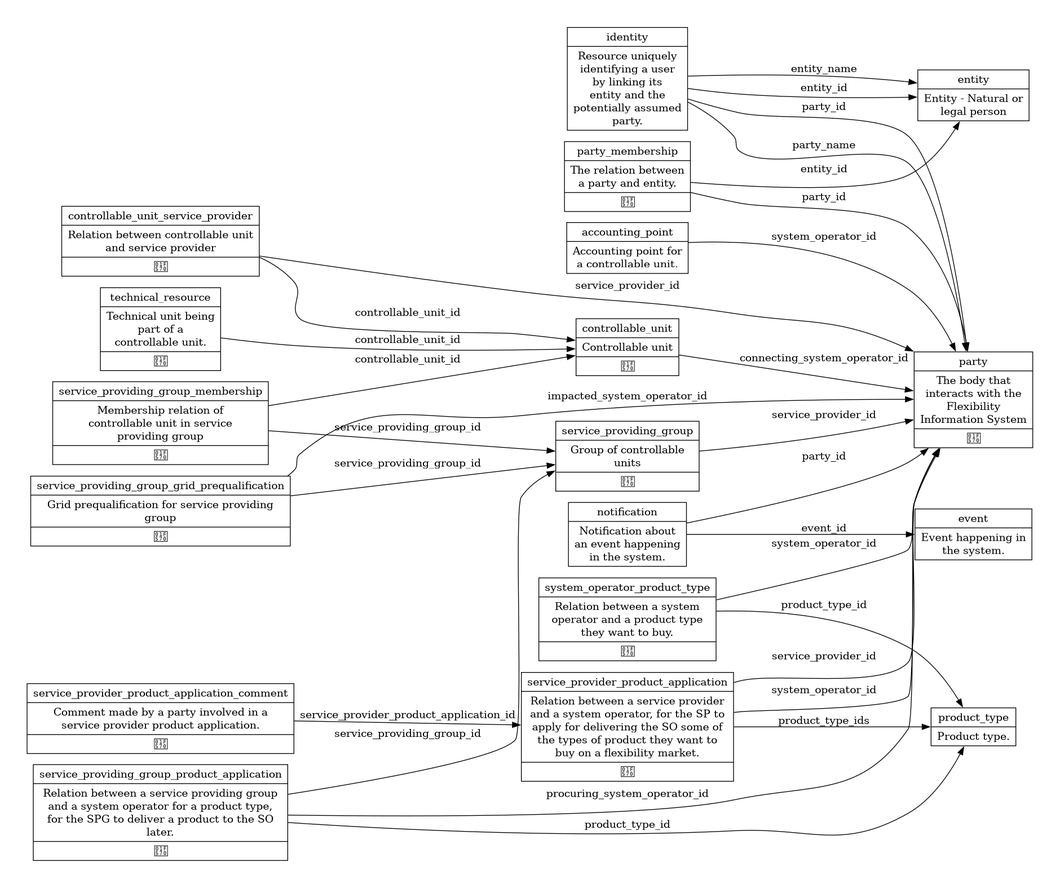
Earlier version of the PlantUML export docs/diagrams/resources.png (elhub/flex-information-system). Its source is kept beside it as docs/diagrams/resources.plantuml. Its diagram source:
```plantuml
@startdot resources
digraph flex {
    // Generated by local/scripts/resources_to_diagram.py
    graph [ rankdir=LR; pad=0.5; nodesep=0.2; ranksep=-1;]
    node [ shape=record; ]
    controllable_unit    [label="{controllable_unit}|{Controllable unit}|{🕰️}" shape=record style=solid]
    controllable_unit -> party     [label=connecting_system_operator_id]
    controllable_unit_service_provider    [label="{controllable_unit_service_provider}|{Relation between controllable unit\nand service provider}|{🕰️}" shape=record style=solid]
    controllable_unit_service_provider -> controllable_unit     [label=controllable_unit_id]
    controllable_unit_service_provider -> party     [label=service_provider_id]
    service_providing_group    [label="{service_providing_group}|{Group of controllable\nunits}|{🕰️}" shape=record style=solid]
    service_providing_group -> party     [label=service_provider_id]
    service_providing_group_membership    [label="{service_providing_group_membership}|{Membership relation of\ncontrollable unit in service\nproviding group}|{🕰️}" shape=record style=solid]
    service_providing_group_membership -> controllable_unit     [label=controllable_unit_id]
    service_providing_group_membership -> service_providing_group     [label=service_providing_group_id]
    service_providing_group_grid_prequalification    [label="{service_providing_group_grid_prequalification}|{Grid prequalification for service providing\ngroup}|{🕰️}" shape=record style=solid]
    service_providing_group_grid_prequalification -> service_providing_group     [label=service_providing_group_id]
    service_providing_group_grid_prequalification -> party     [label=impacted_system_operator_id]
    entity    [label="{entity}|{Entity - Natural or\nlegal person}" shape=record style=solid]
    party    [label="{party}|{The body that\ninteracts with the\nFlexibility\nInformation System}|{🕰️}" shape=record style=solid]
    party -> entity     [label=entity_id]
    party_membership    [label="{party_membership}|{The relation between\na party and entity.}|{🕰️}" shape=record style=solid]
    party_membership -> party     [label=party_id]
    party_membership -> entity     [label=entity_id]
    identity    [label="{identity}|{Resource uniquely\nidentifying a user\nby linking its\nentity and the\npotentially assumed\nparty.}" shape=record style=solid]
    identity -> entity     [label=entity_id]
    identity -> entity     [label=entity_name]
    identity -> party     [label=party_id]
    identity -> party     [label=party_name]
    technical_resource    [label="{technical_resource}|{Technical unit being\npart of a\ncontrollable unit.}|{🕰️}" shape=record style=solid]
    technical_resource -> controllable_unit     [label=controllable_unit_id]
    event    [label="{event}|{Event happening in\nthe system.}" shape=record style=solid]
    notification    [label="{notification}|{Notification about\nan event happening\nin the system.}" shape=record style=solid]
    notification -> event     [label=event_id]
    notification -> party     [label=party_id]
    accounting_point    [label="{accounting_point}|{Accounting point for\na controllable unit.}" shape=record style=solid]
    accounting_point -> party     [label=system_operator_id]
    product_type    [label="{product_type}|{Product type.}" shape=record style=solid]
    system_operator_product_type    [label="{system_operator_product_type}|{Relation between a system\noperator and a product type\nthey want to buy.}|{🕰️}" shape=record style=solid]
    system_operator_product_type -> party     [label=system_operator_id]
    system_operator_product_type -> product_type     [label=product_type_id]
    service_provider_product_application    [label="{service_provider_product_application}|{Relation between a service provider\nand a system operator, for the SP to\napply for delivering the SO some of\nthe types of product they want to\nbuy on a flexibility market.}|{🕰️}" shape=record style=solid]
    service_provider_product_application -> party     [label=service_provider_id]
    service_provider_product_application -> party     [label=system_operator_id]
    service_provider_product_application -> product_type     [label=product_type_ids]
    service_provider_product_application_comment    [label="{service_provider_product_application_comment}|{Comment made by a party involved in a\nservice provider product application.}|{🕰️}" shape=record style=solid]
    service_provider_product_application_comment -> service_provider_product_application     [label=service_provider_product_application_id]
    service_providing_group_product_application    [label="{service_providing_group_product_application}|{Relation between a service providing group\nand a system operator for a product type,\nfor the SPG to deliver a product to the SO\nlater.}|{🕰️}" shape=record style=solid]
    service_providing_group_product_application -> service_providing_group     [label=service_providing_group_id]
    service_providing_group_product_application -> party     [label=procuring_system_operator_id]
    service_providing_group_product_application -> product_type     [label=product_type_id]
}
@enddot
```
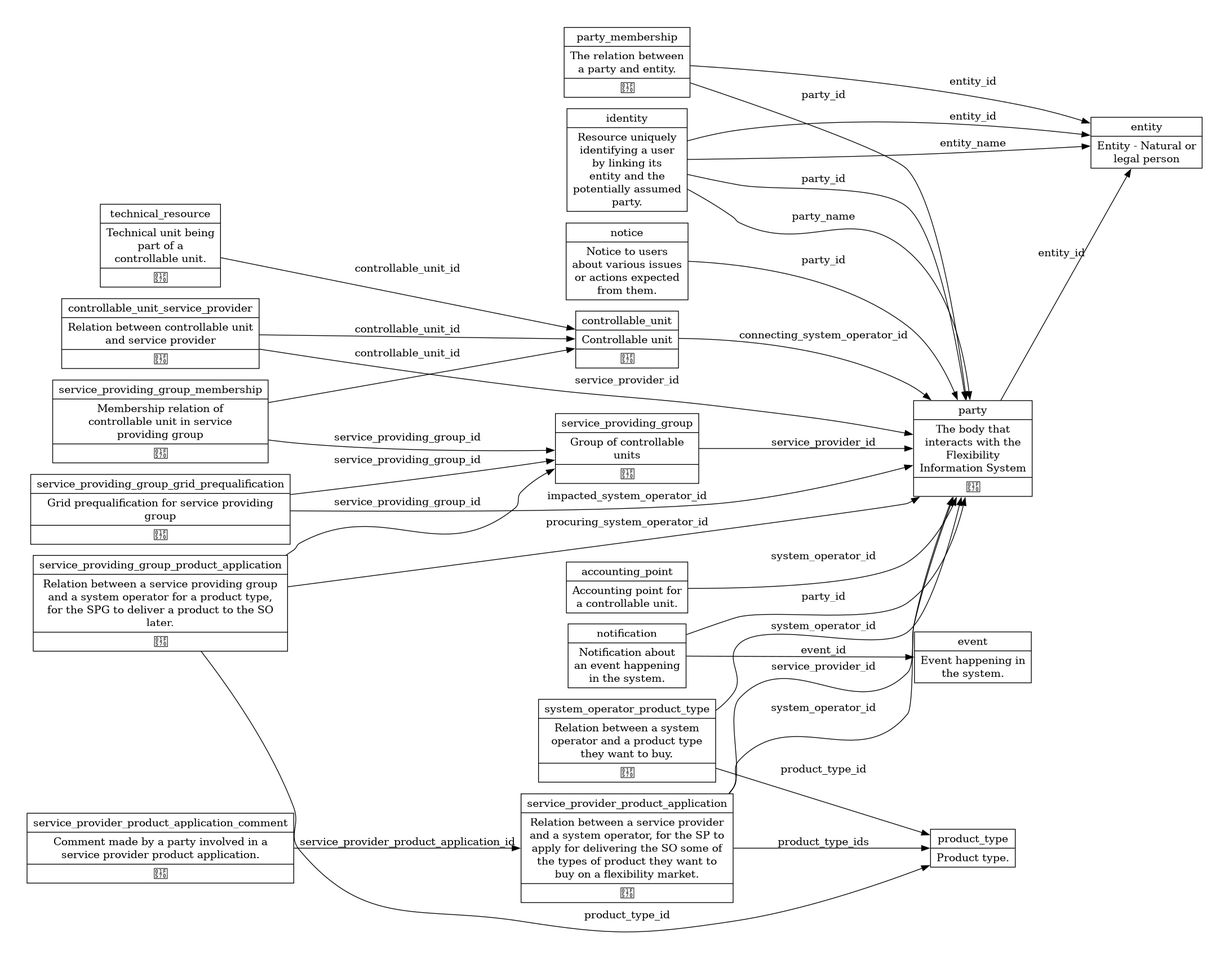
Later version of the same file.

Diff of the diagram source:
```diff
@@ -49,5 +49,7 @@
     service_providing_group_product_application -> service_providing_group     [label=service_providing_group_id]
     service_providing_group_product_application -> party     [label=procuring_system_operator_id]
     service_providing_group_product_application -> product_type     [label=product_type_id]
+    notice    [label="{notice}|{Notice to users\nabout various issues\nor actions expected\nfrom them.}" shape=record style=solid]
+    notice -> party     [label=party_id]
 }
 @enddot
```
